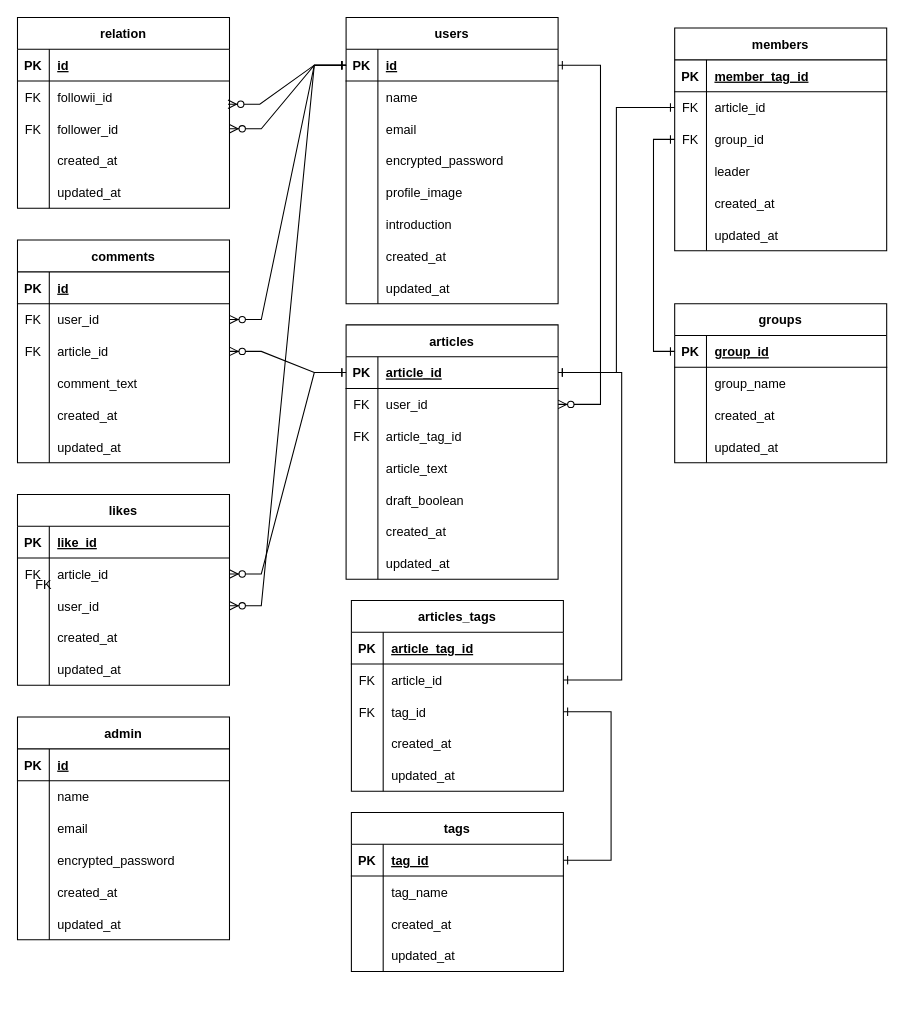
This is 継続はちから.drawio from mmmaaaariii/mygoal.ex, a draw.io file, before an edit. Source tidied: cells renumbered, new cells numbered last; positions are measured from the earlier drawing's top-left corner, leaving out a move shared by most shapes. Both pictures are drawn from the tidied source at 106%, with x=0, y=0 at pixel (17, 17).
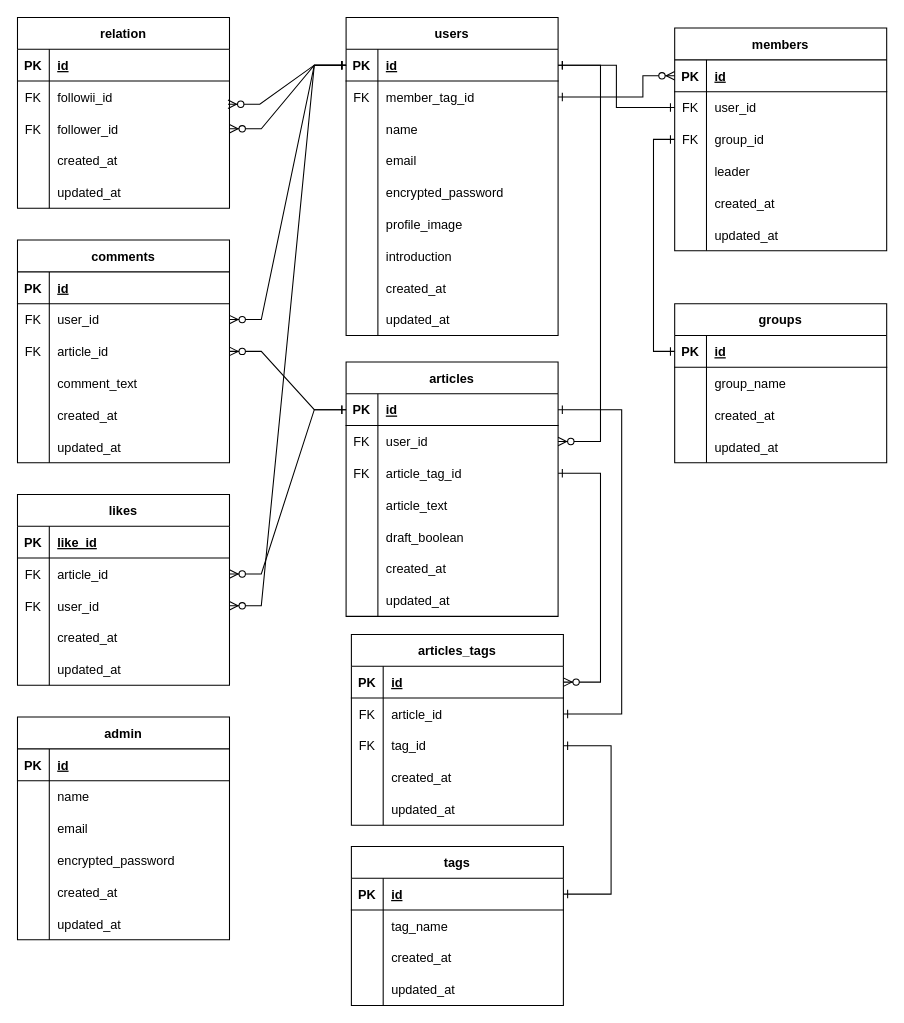
The same page after the edit.

Commit message:
継続はちから.drawio を更新します

Unchanged cells that the change refers to:
```xml
<mxCell id="4" style="shape=partialRectangle;fillColor=none;points=[[0,0.5],[1,0.5]];portConstraint=eastwest;top=0;left=0;right=0;bottom=1;" parent="3" vertex="1">
  <mxGeometry y="30" width="200" height="30" as="geometry" />
</mxCell>
<mxCell id="7" style="shape=partialRectangle;fillColor=none;points=[[0,0.5],[1,0.5]];portConstraint=eastwest;top=0;left=0;right=0;bottom=0;" parent="3" vertex="1">
  <mxGeometry y="60" width="200" height="30" as="geometry" />
</mxCell>
<mxCell id="10" style="shape=partialRectangle;fillColor=none;top=0;left=0;right=0;bottom=0;" parent="3" vertex="1">
  <mxGeometry y="90" width="200" height="30" as="geometry" />
</mxCell>
<mxCell id="13" style="shape=partialRectangle;fillColor=none;top=0;left=0;right=0;bottom=0;" parent="3" vertex="1">
  <mxGeometry y="120" width="200" height="30" as="geometry" />
</mxCell>
<mxCell id="16" style="shape=partialRectangle;fillColor=none;top=0;left=0;right=0;bottom=0;" parent="3" vertex="1">
  <mxGeometry y="150" width="200" height="30" as="geometry" />
</mxCell>
<mxCell id="19" style="shape=partialRectangle;fillColor=none;top=0;left=0;right=0;bottom=0;" parent="3" vertex="1">
  <mxGeometry y="180" width="200" height="30" as="geometry" />
</mxCell>
<mxCell id="22" style="shape=partialRectangle;fillColor=none;top=0;left=0;right=0;bottom=0;" parent="3" vertex="1">
  <mxGeometry y="210" width="200" height="30" as="geometry" />
</mxCell>
<mxCell id="25" style="shape=partialRectangle;fillColor=none;top=0;left=0;right=0;bottom=0;" parent="3" vertex="1">
  <mxGeometry y="240" width="200" height="30" as="geometry" />
</mxCell>
<mxCell id="29" style="shape=partialRectangle;fillColor=none;points=[[0,0.5],[1,0.5]];portConstraint=eastwest;top=0;left=0;right=0;bottom=1;" parent="28" vertex="1">
  <mxGeometry y="30" width="200" height="30" as="geometry" />
</mxCell>
<mxCell id="35" style="shape=partialRectangle;fillColor=none;points=[[0,0.5],[1,0.5]];portConstraint=eastwest;top=0;left=0;right=0;bottom=0;" parent="28" vertex="1">
  <mxGeometry y="90" width="200" height="30" as="geometry" />
</mxCell>
<mxCell id="53" style="shape=partialRectangle;fillColor=none;points=[[0,0.5],[1,0.5]];portConstraint=eastwest;top=0;left=0;right=0;bottom=1;" parent="52" vertex="1">
  <mxGeometry y="30" width="200" height="30" as="geometry" />
</mxCell>
<mxCell id="104" style="shape=partialRectangle;fillColor=none;points=[[0,0.5],[1,0.5]];portConstraint=eastwest;top=0;left=0;right=0;bottom=1;" parent="103" vertex="1">
  <mxGeometry y="30" width="200" height="30" as="geometry" />
</mxCell>
<mxCell id="162" style="shape=partialRectangle;fillColor=none;points=[[0,0.5],[1,0.5]];portConstraint=eastwest;top=0;left=0;right=0;bottom=1;" parent="161" vertex="1">
  <mxGeometry y="30" width="200" height="30" as="geometry" />
</mxCell>
<mxCell id="165" style="shape=partialRectangle;fillColor=none;points=[[0,0.5],[1,0.5]];portConstraint=eastwest;top=0;left=0;right=0;bottom=0;" parent="161" vertex="1">
  <mxGeometry y="60" width="200" height="30" as="geometry" />
</mxCell>
<mxCell id="181" style="shape=partialRectangle;fillColor=none;points=[[0,0.5],[1,0.5]];portConstraint=eastwest;top=0;left=0;right=0;bottom=1;" parent="180" vertex="1">
  <mxGeometry y="30" width="200" height="30" as="geometry" />
</mxCell>
```

Diff of the diagram source:
```diff
@@
     <mxCell id="3" value="users" style="shape=table;startSize=30;childLayout=tableLayout;rowLines=0;fontStyle=1;align=center;" parent="1" vertex="1">
-      <mxGeometry x="310" width="200" height="270" as="geometry" />
+      <mxGeometry x="310" width="200" height="300" as="geometry" />
     </mxCell>
@@
-    <mxCell id="9" value="name" style="shape=partialRectangle;overflow=hidden;fillColor=none;top=0;left=0;bottom=0;right=0;align=left;spacingLeft=6;" parent="7" vertex="1">
+    <mxCell id="9" value="member_tag_id" style="shape=partialRectangle;overflow=hidden;fillColor=none;top=0;left=0;bottom=0;right=0;align=left;spacingLeft=6;" parent="7" vertex="1">
       <mxGeometry x="30" width="170" height="30" as="geometry" />
     </mxCell>
@@
-    <mxCell id="12" value="email" style="shape=partialRectangle;overflow=hidden;fillColor=none;top=0;left=0;bottom=0;right=0;align=left;spacingLeft=6;" parent="10" vertex="1">
+    <mxCell id="12" value="name" style="shape=partialRectangle;overflow=hidden;fillColor=none;top=0;left=0;bottom=0;right=0;align=left;spacingLeft=6;" parent="10" vertex="1">
       <mxGeometry x="30" width="170" height="30" as="geometry" />
     </mxCell>
@@
-    <mxCell id="15" value="encrypted_password" style="shape=partialRectangle;overflow=hidden;fillColor=none;top=0;left=0;bottom=0;right=0;align=left;spacingLeft=6;" parent="13" vertex="1">
+    <mxCell id="15" value="email" style="shape=partialRectangle;overflow=hidden;fillColor=none;top=0;left=0;bottom=0;right=0;align=left;spacingLeft=6;" parent="13" vertex="1">
       <mxGeometry x="30" width="170" height="30" as="geometry" />
     </mxCell>
@@
-    <mxCell id="18" value="profile_image" style="shape=partialRectangle;overflow=hidden;fillColor=none;top=0;left=0;bottom=0;right=0;align=left;spacingLeft=6;" parent="16" vertex="1">
+    <mxCell id="18" value="encrypted_password" style="shape=partialRectangle;overflow=hidden;fillColor=none;top=0;left=0;bottom=0;right=0;align=left;spacingLeft=6;" parent="16" vertex="1">
       <mxGeometry x="30" width="170" height="30" as="geometry" />
     </mxCell>
@@
-    <mxCell id="21" value="introduction" style="shape=partialRectangle;overflow=hidden;fillColor=none;top=0;left=0;bottom=0;right=0;align=left;spacingLeft=6;" parent="19" vertex="1">
+    <mxCell id="21" value="profile_image" style="shape=partialRectangle;overflow=hidden;fillColor=none;top=0;left=0;bottom=0;right=0;align=left;spacingLeft=6;" parent="19" vertex="1">
       <mxGeometry x="30" width="170" height="30" as="geometry" />
     </mxCell>
@@
-    <mxCell id="24" value="created_at" style="shape=partialRectangle;overflow=hidden;fillColor=none;top=0;left=0;bottom=0;right=0;align=left;spacingLeft=6;" parent="22" vertex="1">
+    <mxCell id="24" value="introduction" style="shape=partialRectangle;overflow=hidden;fillColor=none;top=0;left=0;bottom=0;right=0;align=left;spacingLeft=6;" parent="22" vertex="1">
       <mxGeometry x="30" width="170" height="30" as="geometry" />
     </mxCell>
@@
-    <mxCell id="27" value="updated_at" style="shape=partialRectangle;overflow=hidden;fillColor=none;top=0;left=0;bottom=0;right=0;align=left;spacingLeft=6;" parent="25" vertex="1">
+    <mxCell id="27" value="created_at" style="shape=partialRectangle;overflow=hidden;fillColor=none;top=0;left=0;bottom=0;right=0;align=left;spacingLeft=6;" parent="25" vertex="1">
       <mxGeometry x="30" width="170" height="30" as="geometry" />
     </mxCell>
+    <mxCell id="195" style="shape=partialRectangle;fillColor=none;top=0;left=0;right=0;bottom=0;" parent="3" vertex="1">
+      <mxGeometry y="270" width="200" height="30" as="geometry" />
+    </mxCell>
+    <mxCell id="196" style="shape=partialRectangle;overflow=hidden;fillColor=none;top=0;left=0;bottom=0;right=0;" parent="195" vertex="1">
+      <mxGeometry width="30" height="30" as="geometry" />
+    </mxCell>
+    <mxCell id="197" value="updated_at" style="shape=partialRectangle;overflow=hidden;fillColor=none;top=0;left=0;bottom=0;right=0;align=left;spacingLeft=6;" parent="195" vertex="1">
+      <mxGeometry x="30" width="170" height="30" as="geometry" />
+    </mxCell>
     <mxCell id="28" value="articles" style="shape=table;startSize=30;childLayout=tableLayout;rowLines=0;fontStyle=1;align=center;" parent="1" vertex="1">
-      <mxGeometry x="310" y="290" width="200" height="240" as="geometry" />
+      <mxGeometry x="310" y="325" width="200" height="240" as="geometry" />
     </mxCell>
@@
-    <mxCell id="31" value="article_id" style="shape=partialRectangle;overflow=hidden;fillColor=none;top=0;left=0;bottom=0;right=0;align=left;spacingLeft=6;fontStyle=5;" parent="29" vertex="1">
+    <mxCell id="31" value="id" style="shape=partialRectangle;overflow=hidden;fillColor=none;top=0;left=0;bottom=0;right=0;align=left;spacingLeft=6;fontStyle=5;" parent="29" vertex="1">
       <mxGeometry x="30" width="170" height="30" as="geometry" />
     </mxCell>
@@
     <mxCell id="52" value="articles_tags" style="shape=table;startSize=30;childLayout=tableLayout;rowLines=0;fontStyle=1;align=center;" parent="1" vertex="1">
-      <mxGeometry x="315" y="550" width="200" height="180" as="geometry" />
+      <mxGeometry x="315" y="582" width="200" height="180" as="geometry" />
     </mxCell>
@@
-    <mxCell id="55" value="article_tag_id" style="shape=partialRectangle;overflow=hidden;fillColor=none;top=0;left=0;bottom=0;right=0;align=left;spacingLeft=6;fontStyle=5;" parent="53" vertex="1">
+    <mxCell id="55" value="id" style="shape=partialRectangle;overflow=hidden;fillColor=none;top=0;left=0;bottom=0;right=0;align=left;spacingLeft=6;fontStyle=5;" parent="53" vertex="1">
       <mxGeometry x="30" width="170" height="30" as="geometry" />
     </mxCell>
@@
     <mxCell id="103" value="tags" style="shape=table;startSize=30;childLayout=tableLayout;rowLines=0;fontStyle=1;align=center;" parent="1" vertex="1">
-      <mxGeometry x="315" y="750" width="200" height="150" as="geometry" />
+      <mxGeometry x="315" y="782" width="200" height="150" as="geometry" />
     </mxCell>
@@
-    <mxCell id="106" value="tag_id" style="shape=partialRectangle;overflow=hidden;fillColor=none;top=0;left=0;bottom=0;right=0;align=left;spacingLeft=6;fontStyle=5;" parent="104" vertex="1">
+    <mxCell id="106" value="id" style="shape=partialRectangle;overflow=hidden;fillColor=none;top=0;left=0;bottom=0;right=0;align=left;spacingLeft=6;fontStyle=5;" parent="104" vertex="1">
       <mxGeometry x="30" width="170" height="30" as="geometry" />
     </mxCell>
@@
     <mxCell id="159" value="FK" style="shape=partialRectangle;overflow=hidden;fillColor=none;top=0;left=0;bottom=0;right=0;" parent="1" vertex="1">
-      <mxGeometry x="10" y="520" width="30" height="30" as="geometry" />
+      <mxGeometry y="540" width="30" height="30" as="geometry" />
     </mxCell>
@@
-    <mxCell id="164" value="member_tag_id" style="shape=partialRectangle;overflow=hidden;fillColor=none;top=0;left=0;bottom=0;right=0;align=left;spacingLeft=6;fontStyle=5;" parent="162" vertex="1">
+    <mxCell id="164" value="id" style="shape=partialRectangle;overflow=hidden;fillColor=none;top=0;left=0;bottom=0;right=0;align=left;spacingLeft=6;fontStyle=5;" parent="162" vertex="1">
       <mxGeometry x="30" width="170" height="30" as="geometry" />
     </mxCell>
@@
-    <mxCell id="167" value="article_id" style="shape=partialRectangle;overflow=hidden;fillColor=none;top=0;left=0;bottom=0;right=0;align=left;spacingLeft=6;" parent="165" vertex="1">
+    <mxCell id="167" value="user_id" style="shape=partialRectangle;overflow=hidden;fillColor=none;top=0;left=0;bottom=0;right=0;align=left;spacingLeft=6;" parent="165" vertex="1">
       <mxGeometry x="30" width="170" height="30" as="geometry" />
     </mxCell>
@@
-    <mxCell id="183" value="group_id" style="shape=partialRectangle;overflow=hidden;fillColor=none;top=0;left=0;bottom=0;right=0;align=left;spacingLeft=6;fontStyle=5;" parent="181" vertex="1">
+    <mxCell id="183" value="id" style="shape=partialRectangle;overflow=hidden;fillColor=none;top=0;left=0;bottom=0;right=0;align=left;spacingLeft=6;fontStyle=5;" parent="181" vertex="1">
       <mxGeometry x="30" width="170" height="30" as="geometry" />
     </mxCell>
@@
-    <mxCell id="194" style="edgeStyle=elbowEdgeStyle;fontSize=12;html=1;endArrow=ERone;startArrow=ERone;rounded=0;entryX=0;entryY=0.5;entryDx=0;entryDy=0;exitX=1;exitY=0.5;exitDx=0;exitDy=0;startFill=0;endFill=0;" parent="1" edge="1" source="29" target="165">
+    <mxCell id="194" style="edgeStyle=elbowEdgeStyle;fontSize=12;html=1;endArrow=ERone;startArrow=ERone;rounded=0;entryX=0;entryY=0.5;entryDx=0;entryDy=0;exitX=1;exitY=0.5;exitDx=0;exitDy=0;startFill=0;endFill=0;" parent="1" edge="1" source="4" target="165">
       <mxGeometry relative="1" as="geometry" />
     </mxCell>
+    <mxCell id="198" value="FK" style="shape=partialRectangle;overflow=hidden;fillColor=none;top=0;left=0;bottom=0;right=0;" parent="1" vertex="1">
+      <mxGeometry x="310" y="60" width="30" height="30" as="geometry" />
+    </mxCell>
+    <mxCell id="199" style="edgeStyle=elbowEdgeStyle;fontSize=12;html=1;endArrow=ERzeroToMany;endFill=1;rounded=0;entryX=0;entryY=0.5;entryDx=0;entryDy=0;startArrow=ERone;startFill=0;exitX=1;exitY=0.5;exitDx=0;exitDy=0;" parent="1" edge="1" source="7" target="162">
+      <mxGeometry relative="1" as="geometry">
+        <Array as="points">
+          <mxPoint x="590" y="70" />
+        </Array>
+      </mxGeometry>
+    </mxCell>
+    <mxCell id="200" style="edgeStyle=elbowEdgeStyle;fontSize=12;html=1;endArrow=ERzeroToMany;endFill=1;rounded=0;entryX=1;entryY=0.5;entryDx=0;entryDy=0;startArrow=ERone;startFill=0;exitX=1;exitY=0.5;exitDx=0;exitDy=0;" parent="1" edge="1" source="35" target="53">
+      <mxGeometry relative="1" as="geometry">
+        <Array as="points">
+          <mxPoint x="550" y="530" />
+        </Array>
+      </mxGeometry>
+    </mxCell>
```
